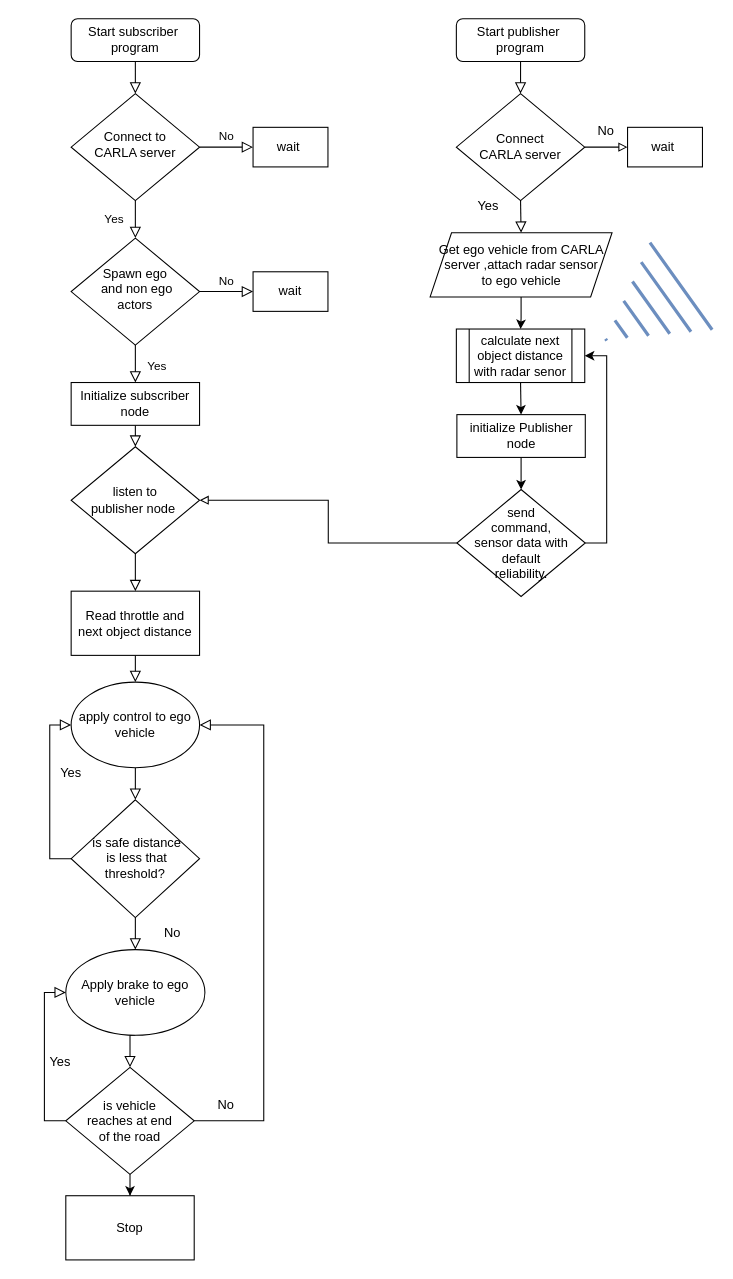
bapukokare/assignment keeps this draw.io diagram as POC.drawio. Above is the earlier version. Source tidied: cells renumbered, new cells numbered last; positions are measured from the earlier drawing's top-left corner, leaving out a move shared by most shapes. Both pictures are drawn from the tidied source at 107%, with x=0, y=0 at pixel (28, 18).
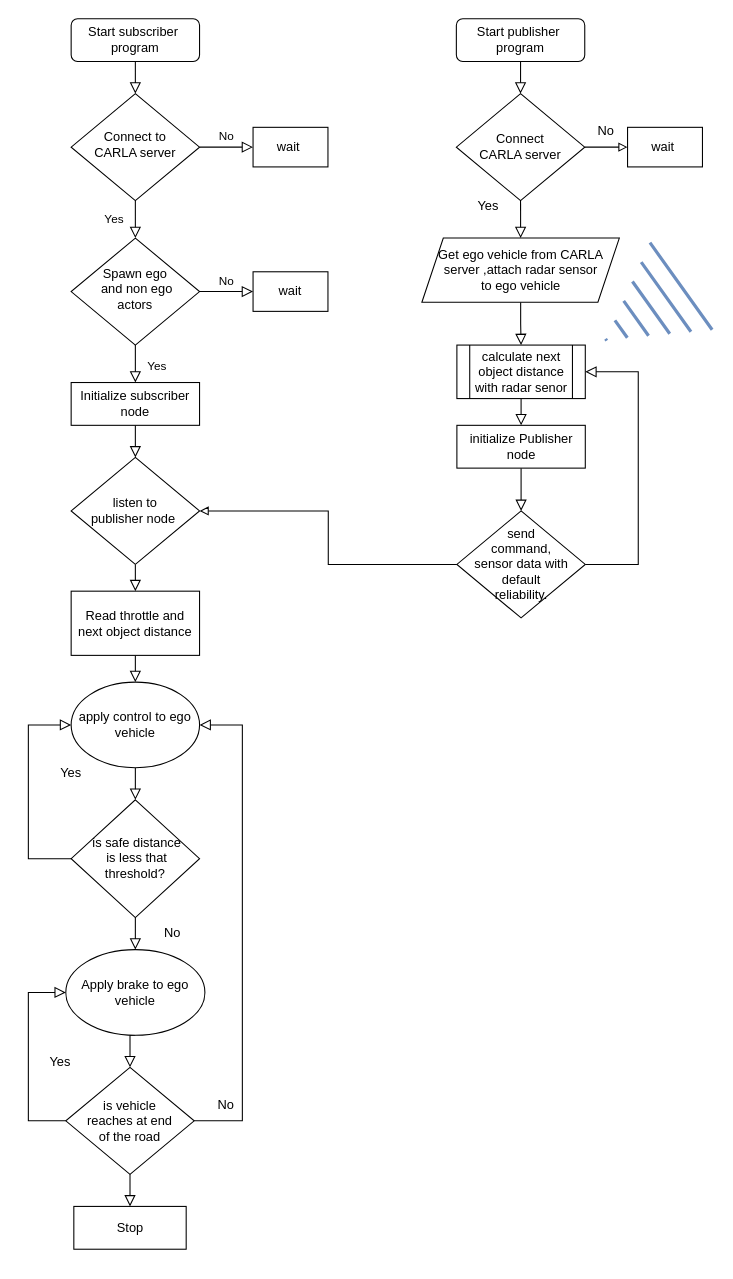
The same diagram, later.

The change refers to these unchanged cells:
```xml
<mxCell id="35" value="&amp;nbsp;is safe distance&lt;br&gt;&amp;nbsp;is less that threshold?" style="rhombus;whiteSpace=wrap;html=1;rounded=0;glass=0;strokeWidth=1;shadow=0;labelBackgroundColor=none;" parent="1" vertex="1">
  <mxGeometry x="40" y="730" width="120" height="110" as="geometry" />
</mxCell>
<mxCell id="37" value="apply control to ego vehicle" style="ellipse;whiteSpace=wrap;html=1;rounded=1;shadow=0;glass=0;strokeWidth=1;fontFamily=Helvetica;fontSize=12;labelBackgroundColor=none;" parent="1" vertex="1">
  <mxGeometry x="40" y="620" width="120" height="80" as="geometry" />
</mxCell>
<mxCell id="41" value="Apply brake to ego vehicle" style="ellipse;whiteSpace=wrap;html=1;rounded=0;glass=0;strokeWidth=1;shadow=0;labelBackgroundColor=none;" parent="1" vertex="1">
  <mxGeometry x="35" y="870" width="130" height="80" as="geometry" />
</mxCell>
<mxCell id="45" value="is vehicle&lt;br&gt;reaches at end &lt;br&gt;of the road" style="rhombus;whiteSpace=wrap;html=1;rounded=0;glass=0;strokeWidth=1;shadow=0;labelBackgroundColor=none;" parent="1" vertex="1">
  <mxGeometry x="35" y="980" width="120" height="100" as="geometry" />
</mxCell>
```

What changed in the source:
```diff
@@
     <mxCell id="15" value="listen to &lt;br&gt;publisher node&amp;nbsp;" style="rhombus;whiteSpace=wrap;html=1;rounded=0;glass=0;strokeWidth=1;shadow=0;labelBackgroundColor=none;" parent="1" vertex="1">
-      <mxGeometry x="40" y="400" width="120" height="100" as="geometry" />
+      <mxGeometry x="40" y="410" width="120" height="100" as="geometry" />
     </mxCell>
@@
-    <mxCell id="24" style="edgeStyle=orthogonalEdgeStyle;rounded=0;jettySize=auto;html=1;" parent="1" edge="1" source="25" target="49">
+    <mxCell id="24" style="edgeStyle=orthogonalEdgeStyle;rounded=0;jettySize=auto;html=1;labelBackgroundColor=none;endArrow=block;endFill=0;endSize=8;strokeWidth=1;shadow=0;" parent="1" edge="1" source="25" target="49">
       <mxGeometry relative="1" as="geometry" />
     </mxCell>
     <mxCell id="25" value="Get ego vehicle from CARLA server ,attach radar sensor&lt;br&gt;to ego vehicle" style="shape=parallelogram;perimeter=parallelogramPerimeter;whiteSpace=wrap;html=1;fixedSize=1;rounded=0;glass=0;strokeWidth=1;shadow=0;labelBackgroundColor=none;" parent="1" vertex="1">
-      <mxGeometry x="375.5" y="200" width="170" height="60" as="geometry" />
+      <mxGeometry x="367.8" y="205" width="184.5" height="60" as="geometry" />
     </mxCell>
-    <mxCell id="26" style="edgeStyle=orthogonalEdgeStyle;rounded=0;jettySize=auto;html=1;entryX=0.5;entryY=0;entryDx=0;entryDy=0;" parent="1" edge="1" source="27" target="30">
+    <mxCell id="26" style="edgeStyle=orthogonalEdgeStyle;rounded=0;jettySize=auto;html=1;entryX=0.5;entryY=0;entryDx=0;entryDy=0;labelBackgroundColor=none;endArrow=block;endFill=0;endSize=8;strokeWidth=1;shadow=0;" parent="1" edge="1" source="27" target="30">
       <mxGeometry relative="1" as="geometry" />
     </mxCell>
     <mxCell id="27" value="initialize Publisher node" style="whiteSpace=wrap;html=1;rounded=0;glass=0;strokeWidth=1;shadow=0;labelBackgroundColor=none;" parent="1" vertex="1">
-      <mxGeometry x="400.5" y="370" width="120" height="40" as="geometry" />
+      <mxGeometry x="400.5" y="380" width="120" height="40" as="geometry" />
     </mxCell>
@@
-    <mxCell id="29" style="edgeStyle=orthogonalEdgeStyle;rounded=0;jettySize=auto;html=1;exitX=1;exitY=0.5;exitDx=0;exitDy=0;entryX=1;entryY=0.5;entryDx=0;entryDy=0;" parent="1" edge="1" source="30" target="49">
-      <mxGeometry relative="1" as="geometry" />
+    <mxCell id="29" style="edgeStyle=orthogonalEdgeStyle;rounded=0;jettySize=auto;html=1;exitX=1;exitY=0.5;exitDx=0;exitDy=0;entryX=1;entryY=0.5;entryDx=0;entryDy=0;labelBackgroundColor=none;endArrow=block;endFill=0;endSize=8;strokeWidth=1;shadow=0;" parent="1" edge="1" source="30" target="49">
+      <mxGeometry relative="1" as="geometry">
+        <Array as="points">
+          <mxPoint x="570" y="510" />
+          <mxPoint x="570" y="330" />
+        </Array>
+      </mxGeometry>
     </mxCell>
     <mxCell id="30" value="&lt;font style=&quot;font-size: 12px;&quot;&gt;send &lt;br&gt;command,&lt;br&gt;sensor data with &lt;br&gt;default &lt;br&gt;reliability.&lt;/font&gt;" style="rhombus;whiteSpace=wrap;html=1;rounded=0;glass=0;strokeWidth=1;shadow=0;labelBackgroundColor=none;" parent="1" vertex="1">
-      <mxGeometry x="400.5" y="440" width="120" height="100" as="geometry" />
+      <mxGeometry x="400.5" y="460" width="120" height="100" as="geometry" />
     </mxCell>
@@
     <mxCell id="33" style="edgeStyle=orthogonalEdgeStyle;rounded=0;jettySize=auto;html=1;fontFamily=Helvetica;fontSize=11;fontColor=default;entryX=0;entryY=0.5;entryDx=0;entryDy=0;exitX=0;exitY=0.5;exitDx=0;exitDy=0;labelBackgroundColor=none;endArrow=block;endFill=0;endSize=8;strokeWidth=1;shadow=0;" parent="1" edge="1" source="35" target="37">
-      <mxGeometry relative="1" as="geometry" />
+      <mxGeometry relative="1" as="geometry">
+        <Array as="points">
+          <mxPoint y="785" />
+          <mxPoint y="660" />
+        </Array>
+      </mxGeometry>
     </mxCell>
@@
     <mxCell id="42" style="edgeStyle=orthogonalEdgeStyle;rounded=0;jettySize=auto;html=1;exitX=0;exitY=0.5;exitDx=0;exitDy=0;entryX=0;entryY=0.5;entryDx=0;entryDy=0;labelBackgroundColor=none;endArrow=block;endFill=0;endSize=8;strokeWidth=1;shadow=0;" parent="1" edge="1" source="45" target="41">
-      <mxGeometry relative="1" as="geometry" />
+      <mxGeometry relative="1" as="geometry">
+        <Array as="points">
+          <mxPoint y="1030" />
+          <mxPoint y="910" />
+        </Array>
+      </mxGeometry>
     </mxCell>
     <mxCell id="43" style="edgeStyle=orthogonalEdgeStyle;rounded=0;jettySize=auto;html=1;entryX=1;entryY=0.5;entryDx=0;entryDy=0;labelBackgroundColor=none;endArrow=block;endFill=0;endSize=8;strokeWidth=1;shadow=0;" parent="1" edge="1" source="45" target="37">
       <mxGeometry relative="1" as="geometry">
         <Array as="points">
-          <mxPoint x="220" y="1030" />
-          <mxPoint x="220" y="660" />
+          <mxPoint x="200" y="1030" />
+          <mxPoint x="200" y="660" />
         </Array>
       </mxGeometry>
     </mxCell>
-    <mxCell id="44" style="edgeStyle=orthogonalEdgeStyle;rounded=0;jettySize=auto;html=1;" parent="1" edge="1" source="45" target="51">
+    <mxCell id="44" style="edgeStyle=orthogonalEdgeStyle;rounded=0;jettySize=auto;html=1;exitX=0.5;exitY=1;exitDx=0;exitDy=0;entryX=0.5;entryY=0;entryDx=0;entryDy=0;labelBackgroundColor=none;endArrow=block;endFill=0;endSize=8;strokeWidth=1;shadow=0;" parent="1" edge="1" source="45" target="51">
       <mxGeometry relative="1" as="geometry" />
     </mxCell>
@@
-    <mxCell id="48" style="edgeStyle=orthogonalEdgeStyle;rounded=0;jettySize=auto;html=1;exitX=0.5;exitY=1;exitDx=0;exitDy=0;entryX=0.5;entryY=0;entryDx=0;entryDy=0;" parent="1" edge="1" source="49" target="27">
+    <mxCell id="48" style="edgeStyle=orthogonalEdgeStyle;rounded=0;jettySize=auto;html=1;exitX=0.5;exitY=1;exitDx=0;exitDy=0;entryX=0.5;entryY=0;entryDx=0;entryDy=0;labelBackgroundColor=none;endArrow=block;endFill=0;endSize=8;strokeWidth=1;shadow=0;" parent="1" edge="1" source="49" target="27">
       <mxGeometry relative="1" as="geometry" />
     </mxCell>
     <mxCell id="49" value="calculate next object distance with radar senor" style="shape=process;whiteSpace=wrap;html=1;backgroundOutline=1;rounded=0;glass=0;strokeWidth=1;shadow=0;labelBackgroundColor=none;" parent="1" vertex="1">
-      <mxGeometry x="400" y="290" width="120" height="50" as="geometry" />
+      <mxGeometry x="400.5" y="305" width="120" height="50" as="geometry" />
     </mxCell>
@@
     <mxCell id="51" value="Stop" style="whiteSpace=wrap;html=1;rounded=0;glass=0;strokeWidth=1;shadow=0;labelBackgroundColor=none;" parent="1" vertex="1">
-      <mxGeometry x="35" y="1100" width="120" height="60" as="geometry" />
+      <mxGeometry x="42.5" y="1110" width="105" height="40" as="geometry" />
     </mxCell>
```
